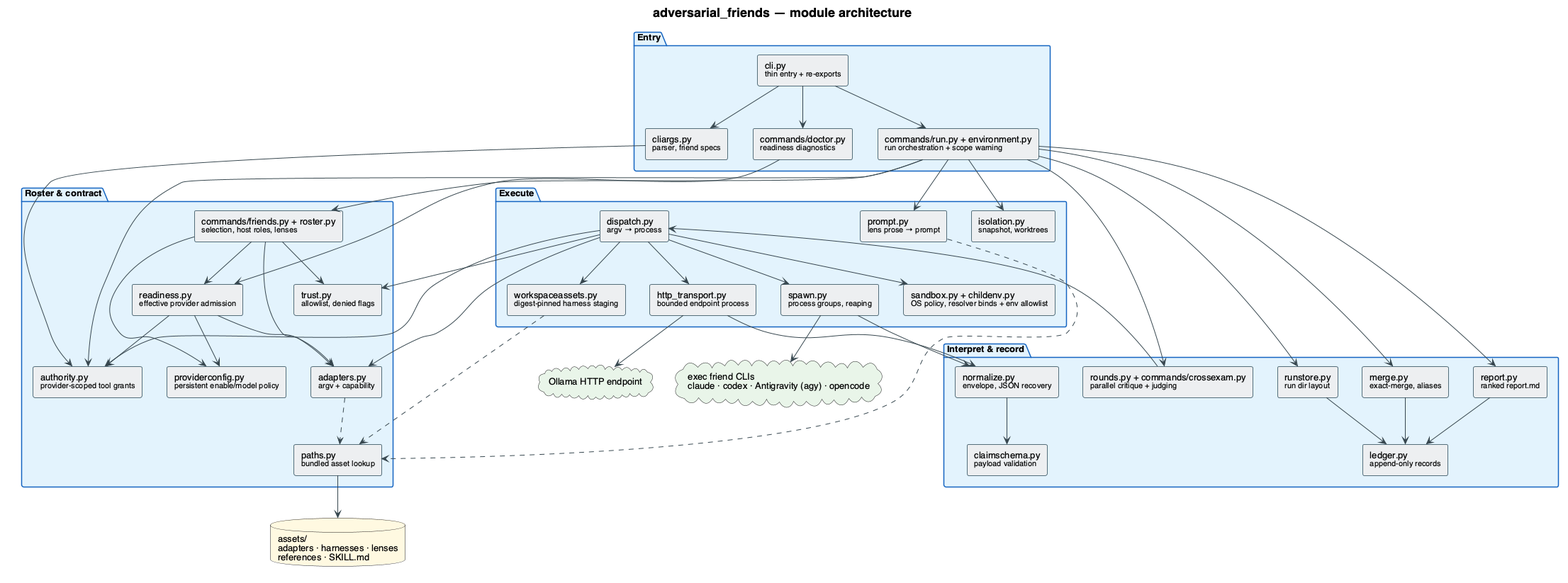
Before: docs/architecture/components.png, a diagram exported from PlantUML (livingstaccato/adversarial-friends).
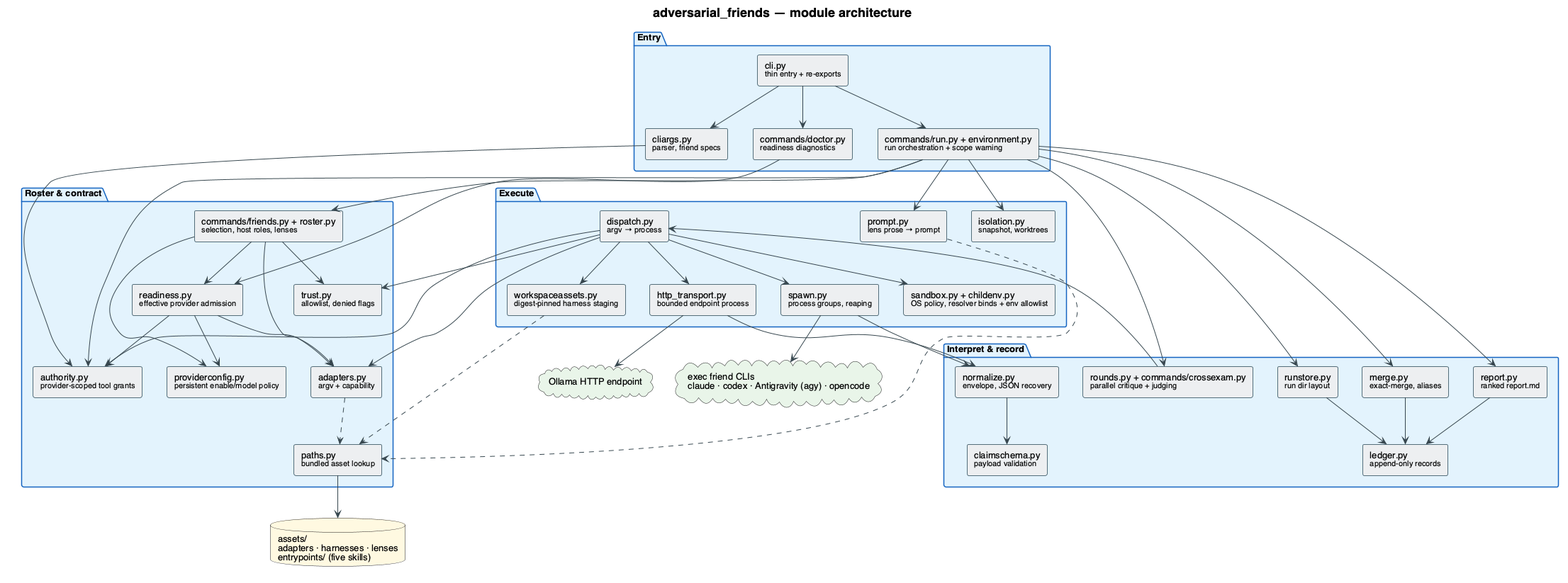
After the change.

The edit, as a diff of the source:
```diff
@@ -61,7 +61,7 @@
   rectangle "runstore.py\n<size:11>run dir layout</size>" as STORE
 }
 
-database "assets/\nadapters · harnesses · lenses\nreferences · SKILL.md" as ASSETS #FFF8E1
+database "assets/\nadapters · harnesses · lenses\nentrypoints/ (five skills)" as ASSETS #FFF8E1
 cloud "exec friend CLIs\nclaude · codex · Antigravity (agy) · opencode" as FRIENDS #E8F5E9
 cloud "Ollama HTTP endpoint" as HTTP #E8F5E9
 
```
